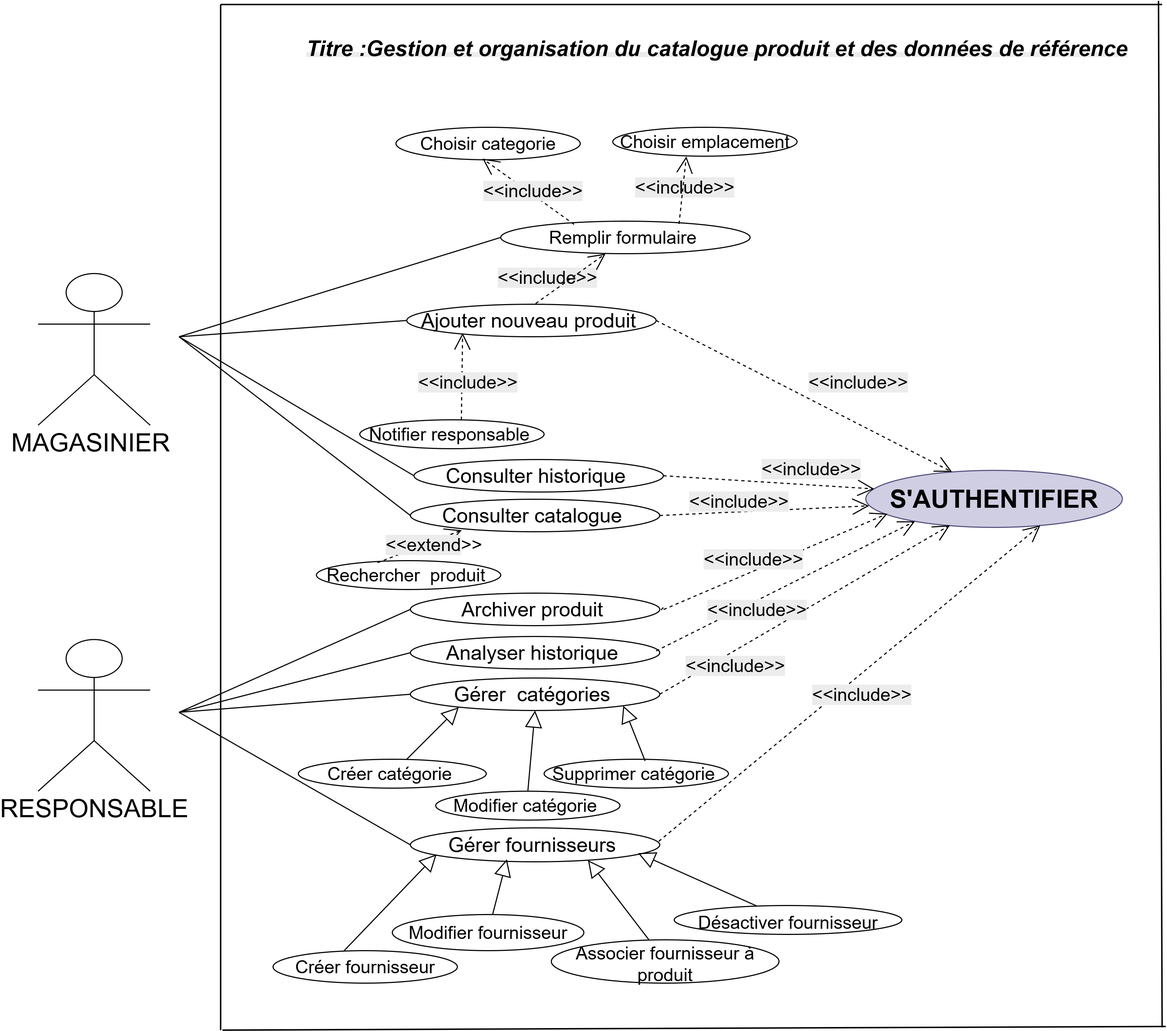
Above: diagrams/dcu sprint 2.png in bouanichahira35-pixel/PFE-SENTINEL (draw.io), before the change. Source tidied: cells renumbered, new cells last; positions are measured from the earlier drawing's top-left corner, leaving out a move shared by most shapes.
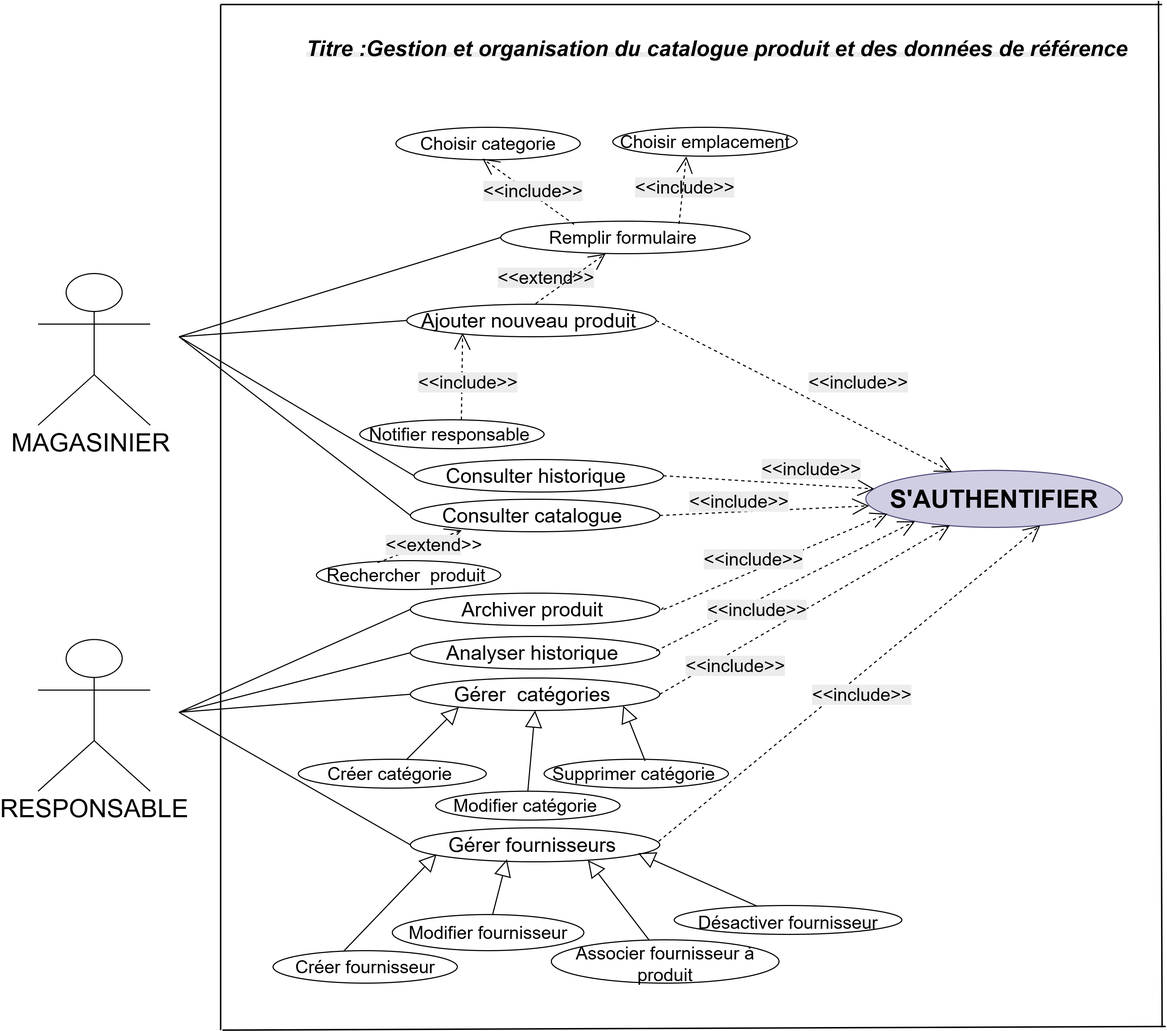
After the commit.

Diff of the diagram source:
```diff
@@ -74,7 +74,7 @@
     <mxCell id="25" value="&lt;span style=&quot;color: rgb(0, 0, 0); font-family: Helvetica; font-size: 50px; font-style: normal; font-variant-ligatures: normal; font-variant-caps: normal; font-weight: 400; letter-spacing: normal; orphans: 2; text-align: center; text-indent: 0px; text-transform: none; widows: 2; word-spacing: 0px; -webkit-text-stroke-width: 0px; white-space: nowrap; background-color: rgb(236, 236, 236); text-decoration-thickness: initial; text-decoration-style: initial; text-decoration-color: initial; display: inline !important; float: none;&quot;&gt;&amp;lt;&amp;lt;include&amp;gt;&amp;gt;&lt;/span&gt;" style="text;whiteSpace=wrap;html=1;strokeWidth=3;" parent="1" vertex="1">
       <mxGeometry x="1650" y="480" width="310" height="80" as="geometry" />
     </mxCell>
-    <mxCell id="26" value="&lt;span style=&quot;color: rgb(0, 0, 0); font-family: Helvetica; font-size: 50px; font-style: normal; font-variant-ligatures: normal; font-variant-caps: normal; font-weight: 400; letter-spacing: normal; orphans: 2; text-align: center; text-indent: 0px; text-transform: none; widows: 2; word-spacing: 0px; -webkit-text-stroke-width: 0px; white-space: nowrap; background-color: rgb(236, 236, 236); text-decoration-thickness: initial; text-decoration-style: initial; text-decoration-color: initial; display: inline !important; float: none;&quot;&gt;&amp;lt;&amp;lt;include&amp;gt;&amp;gt;&lt;/span&gt;" style="text;whiteSpace=wrap;html=1;strokeWidth=3;" parent="1" vertex="1">
+    <mxCell id="26" value="&lt;span style=&quot;color: rgb(0, 0, 0); font-family: Helvetica; font-size: 50px; font-style: normal; font-variant-ligatures: normal; font-variant-caps: normal; font-weight: 400; letter-spacing: normal; orphans: 2; text-align: center; text-indent: 0px; text-transform: none; widows: 2; word-spacing: 0px; -webkit-text-stroke-width: 0px; white-space: nowrap; background-color: rgb(236, 236, 236); text-decoration-thickness: initial; text-decoration-style: initial; text-decoration-color: initial; display: inline !important; float: none;&quot;&gt;&amp;lt;&amp;lt;extend&amp;gt;&amp;gt;&lt;/span&gt;" style="text;whiteSpace=wrap;html=1;strokeWidth=3;" parent="1" vertex="1">
       <mxGeometry x="1270" y="730" width="310" height="80" as="geometry" />
     </mxCell>
     <mxCell id="27" style="endArrow=open;endSize=40;dashed=1;strokeWidth=3;entryX=0.224;entryY=0.884;entryDx=0;entryDy=0;entryPerimeter=0;exitX=0.551;exitY=0.002;exitDx=0;exitDy=0;exitPerimeter=0;" parent="1" edge="1" source="8" target="3">
```
